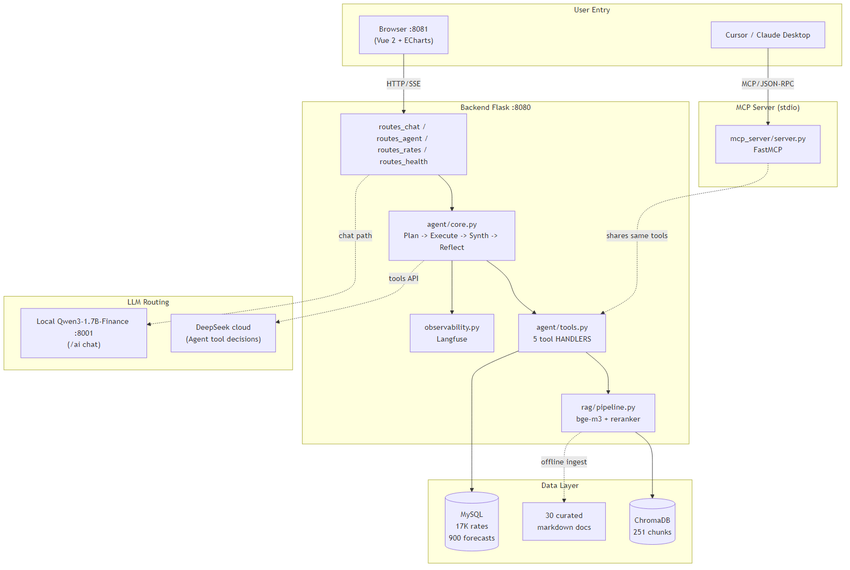
Earlier version of the Mermaid export docs/diagrams/architecture.png (xzzzzc217/compass-fx-pulse). Its source is kept beside it as docs/diagrams/architecture.mmd.
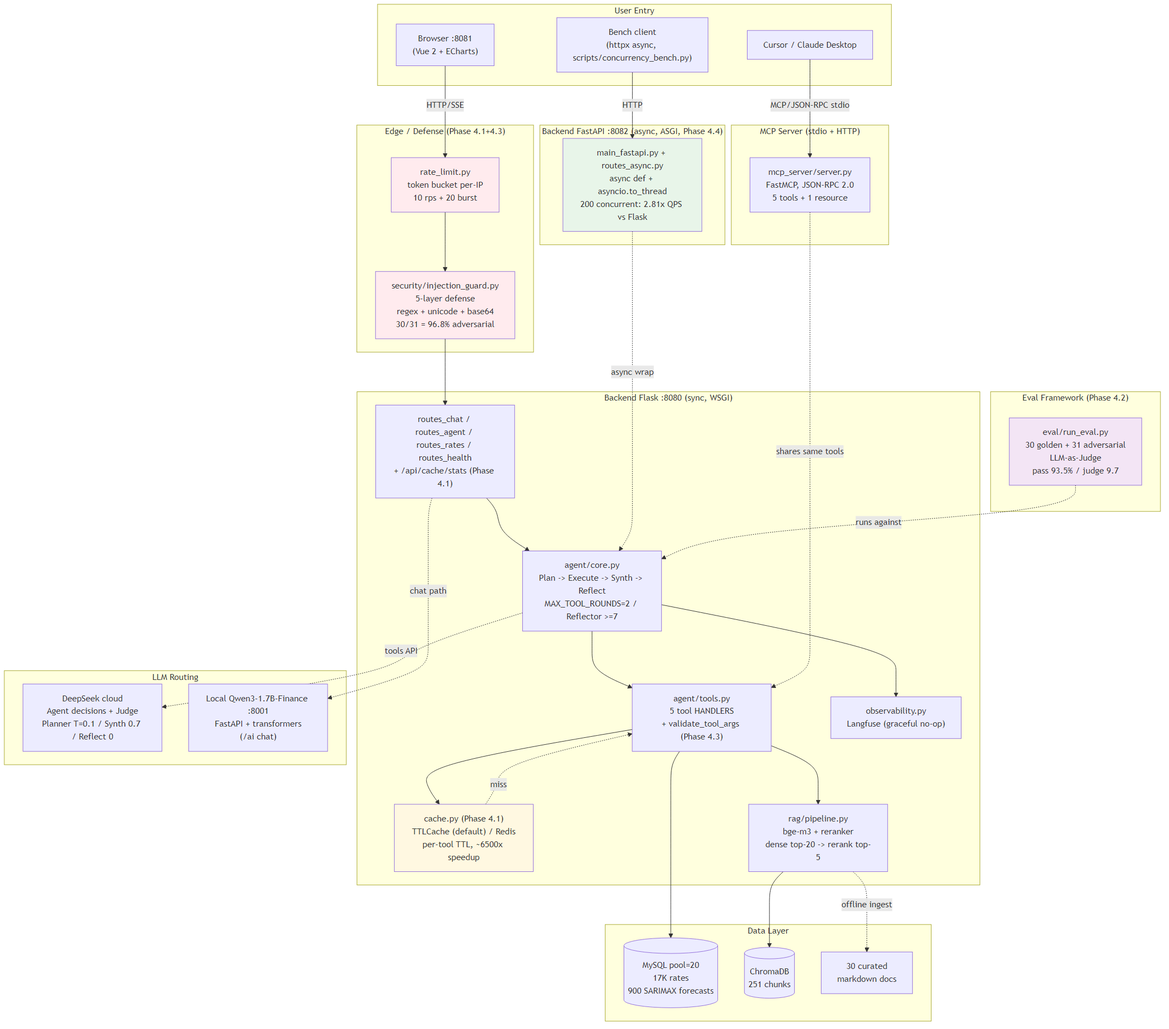
The same diagram one commit later.

Commit message:
docs: backend foundation primer + missing 面经题 + Phase 4 in架构图

The edit, as a diff of the source:
```diff
@@ -2,40 +2,72 @@
     subgraph "User Entry"
         Browser["Browser :8081<br/>(Vue 2 + ECharts)"]
         IDE["Cursor / Claude Desktop"]
+        BenchClient["Bench client<br/>(httpx async, scripts/concurrency_bench.py)"]
     end
 
-    subgraph "Backend Flask :8080"
-        Routes["routes_chat / routes_agent / routes_rates / routes_health"]
-        Agent["agent/core.py<br/>Plan -> Execute -> Synth -> Reflect"]
-        Tools["agent/tools.py<br/>5 tool HANDLERS"]
-        RAG["rag/pipeline.py<br/>bge-m3 + reranker"]
-        Obs["observability.py<br/>Langfuse"]
+    subgraph "Edge / Defense (Phase 4.1+4.3)"
+        RateLimit["rate_limit.py<br/>token bucket per-IP<br/>10 rps + 20 burst"]
+        Guard["security/injection_guard.py<br/>5-layer defense<br/>regex + unicode + base64<br/>30/31 = 96.8% adversarial"]
     end
 
-    subgraph "MCP Server (stdio)"
-        MCP["mcp_server/server.py<br/>FastMCP"]
+    subgraph "Backend Flask :8080 (sync, WSGI)"
+        Routes["routes_chat / routes_agent / routes_rates / routes_health<br/>+ /api/cache/stats (Phase 4.1)"]
+        Agent["agent/core.py<br/>Plan -> Execute -> Synth -> Reflect<br/>MAX_TOOL_ROUNDS=2 / Reflector >=7"]
+        Tools["agent/tools.py<br/>5 tool HANDLERS<br/>+ validate_tool_args (Phase 4.3)"]
+        Cache["cache.py (Phase 4.1)<br/>TTLCache (default) / Redis<br/>per-tool TTL, ~6500x speedup"]
+        RAG["rag/pipeline.py<br/>bge-m3 + reranker<br/>dense top-20 -> rerank top-5"]
+        Obs["observability.py<br/>Langfuse (graceful no-op)"]
+    end
+
+    subgraph "Backend FastAPI :8082 (async, ASGI, Phase 4.4)"
+        FA_Routes["main_fastapi.py + routes_async.py<br/>async def + asyncio.to_thread<br/>200 concurrent: 2.81x QPS vs Flask"]
+    end
+
+    subgraph "MCP Server (stdio + HTTP)"
+        MCP["mcp_server/server.py<br/>FastMCP, JSON-RPC 2.0<br/>5 tools + 1 resource"]
+    end
+
+    subgraph "Eval Framework (Phase 4.2)"
+        Eval["eval/run_eval.py<br/>30 golden + 31 adversarial<br/>LLM-as-Judge<br/>pass 93.5% / judge 9.7"]
     end
 
     subgraph "LLM Routing"
-        DeepSeek["DeepSeek cloud<br/>(Agent tool decisions)"]
-        LocalLoRA["Local Qwen3-1.7B-Finance :8001<br/>(/ai chat)"]
+        DeepSeek["DeepSeek cloud<br/>Agent decisions + Judge<br/>Planner T=0.1 / Synth 0.7 / Reflect 0"]
+        LocalLoRA["Local Qwen3-1.7B-Finance :8001<br/>FastAPI + transformers<br/>(/ai chat)"]
     end
 
     subgraph "Data Layer"
-        MySQL[("MySQL<br/>17K rates<br/>900 forecasts")]
+        MySQL[("MySQL pool=20<br/>17K rates<br/>900 SARIMAX forecasts")]
         Chroma[("ChromaDB<br/>251 chunks")]
         Corpus["30 curated<br/>markdown docs"]
     end
 
-    Browser -->|HTTP/SSE| Routes
-    IDE -->|MCP/JSON-RPC| MCP
+    Browser -->|HTTP/SSE| RateLimit
+    RateLimit --> Guard
+    Guard --> Routes
+    BenchClient -->|HTTP| FA_Routes
+    IDE -->|MCP/JSON-RPC stdio| MCP
+
     Routes --> Agent
+    FA_Routes -.async wrap.-> Agent
     Agent --> Tools
     Agent --> Obs
+
+    Tools --> Cache
+    Cache -.miss.-> Tools
     Tools --> RAG
     Tools --> MySQL
     RAG --> Chroma
     RAG -.offline ingest.-> Corpus
+
     Agent -.tools API.-> DeepSeek
     Routes -.chat path.-> LocalLoRA
     MCP -.shares same tools.-> Tools
+
+    Eval -.runs against.-> Agent
+
+    style Cache fill:#fff8e1
+    style Guard fill:#ffebee
+    style RateLimit fill:#ffebee
+    style FA_Routes fill:#e8f5e9
+    style Eval fill:#f3e5f5
```
